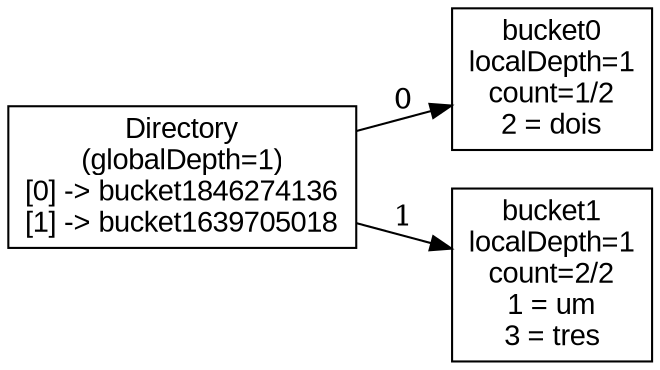
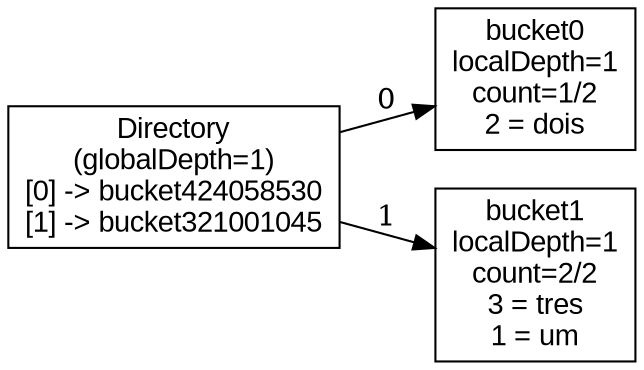
digraph "test4_remove_before" {
  rankdir=LR;
  node [shape=box, fontname=Arial];
-   dir [label="Directory\n(globalDepth=1)\n[0] -> bucket1846274136\n[1] -> bucket1639705018\n"];
+   dir [label="Directory\n(globalDepth=1)\n[0] -> bucket424058530\n[1] -> bucket321001045\n"];
  bucket0 [label="bucket0\nlocalDepth=1\ncount=1/2\n2 = dois\n"];
-   bucket1 [label="bucket1\nlocalDepth=1\ncount=2/2\n1 = um\n3 = tres\n"];
+   bucket1 [label="bucket1\nlocalDepth=1\ncount=2/2\n3 = tres\n1 = um\n"];
  dir -> bucket0 [label="0"];
  dir -> bucket1 [label="1"];
}
